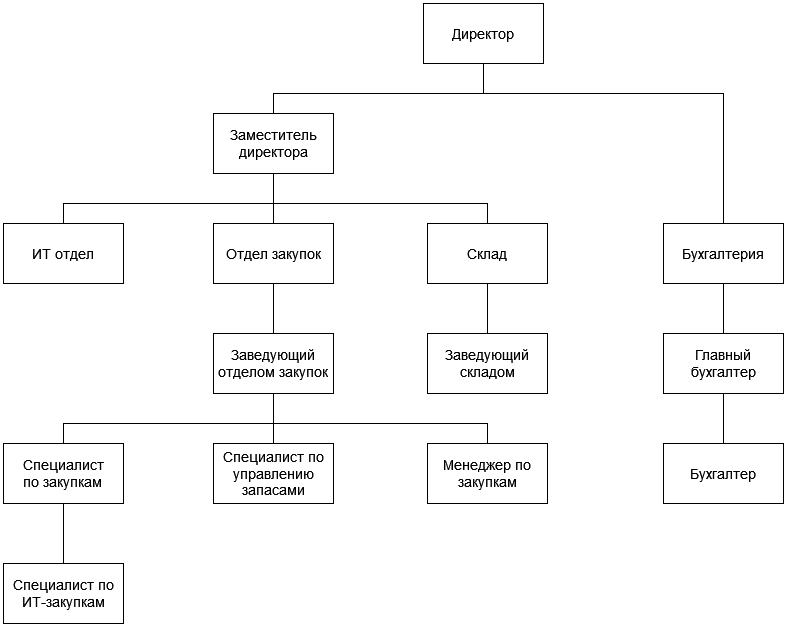
Earlier version of the draw.io export Documentation/Drawio/Организационная_схема_отдела_закупок.drawio.png (Houndrace/Computer_equipment_procurement_department_course_work). Source tidied: cells renumbered, new cells last; positions are measured from the earlier drawing's top-left corner, leaving out a move shared by most shapes. Its diagram source:
```xml
<mxGraphModel>
  <root>
    <mxCell id="0" />
    <mxCell id="1" parent="0" />
    <mxCell id="2" style="edgeStyle=orthogonalEdgeStyle;rounded=0;jettySize=auto;html=1;fontSize=14;endArrow=none;endFill=0;" parent="1" edge="1" source="4" target="11">
      <mxGeometry relative="1" as="geometry">
        <Array as="points">
          <mxPoint x="480" y="90" />
          <mxPoint x="270" y="90" />
        </Array>
      </mxGeometry>
    </mxCell>
    <mxCell id="3" style="edgeStyle=orthogonalEdgeStyle;rounded=0;jettySize=auto;html=1;fontSize=14;endArrow=none;endFill=0;" parent="1" edge="1" source="4" target="7">
      <mxGeometry relative="1" as="geometry">
        <Array as="points">
          <mxPoint x="480" y="90" />
          <mxPoint x="720" y="90" />
        </Array>
      </mxGeometry>
    </mxCell>
    <mxCell id="4" value="Директор" style="rounded=0;whiteSpace=wrap;html=1;fontSize=14;" parent="1" vertex="1">
      <mxGeometry x="420" width="120" height="60" as="geometry" />
    </mxCell>
    <mxCell id="5" value="ИТ отдел" style="rounded=0;whiteSpace=wrap;html=1;fontSize=14;" parent="1" vertex="1">
      <mxGeometry y="220" width="120" height="60" as="geometry" />
    </mxCell>
    <mxCell id="6" style="edgeStyle=orthogonalEdgeStyle;rounded=0;jettySize=auto;html=1;fontSize=14;endArrow=none;endFill=0;" parent="1" edge="1" source="7" target="16">
      <mxGeometry relative="1" as="geometry" />
    </mxCell>
    <mxCell id="7" value="Бухгалтерия" style="rounded=0;whiteSpace=wrap;html=1;fontSize=14;" parent="1" vertex="1">
      <mxGeometry x="660" y="220" width="120" height="60" as="geometry" />
    </mxCell>
    <mxCell id="8" style="edgeStyle=orthogonalEdgeStyle;rounded=0;jettySize=auto;html=1;fontSize=14;endArrow=none;endFill=0;" parent="1" edge="1" source="11" target="13">
      <mxGeometry relative="1" as="geometry">
        <Array as="points">
          <mxPoint x="270" y="200" />
          <mxPoint x="484" y="200" />
        </Array>
      </mxGeometry>
    </mxCell>
    <mxCell id="9" style="edgeStyle=orthogonalEdgeStyle;rounded=0;jettySize=auto;html=1;fontSize=14;endArrow=none;endFill=0;" parent="1" edge="1" source="11" target="5">
      <mxGeometry relative="1" as="geometry">
        <Array as="points">
          <mxPoint x="370" y="200" />
          <mxPoint x="190" y="200" />
        </Array>
      </mxGeometry>
    </mxCell>
    <mxCell id="10" style="edgeStyle=orthogonalEdgeStyle;rounded=0;jettySize=auto;html=1;fontSize=14;endArrow=none;endFill=0;" parent="1" edge="1" source="11" target="19">
      <mxGeometry relative="1" as="geometry">
        <Array as="points">
          <mxPoint x="270" y="180" />
          <mxPoint x="270" y="180" />
        </Array>
      </mxGeometry>
    </mxCell>
    <mxCell id="11" value="Заместитель директора" style="rounded=0;whiteSpace=wrap;html=1;fontSize=14;" parent="1" vertex="1">
      <mxGeometry x="210" y="110" width="120" height="60" as="geometry" />
    </mxCell>
    <mxCell id="12" style="edgeStyle=orthogonalEdgeStyle;rounded=0;jettySize=auto;html=1;fontSize=14;endArrow=none;endFill=0;" parent="1" edge="1" source="13" target="14">
      <mxGeometry relative="1" as="geometry" />
    </mxCell>
    <mxCell id="13" value="Склад" style="rounded=0;whiteSpace=wrap;html=1;fontSize=14;" parent="1" vertex="1">
      <mxGeometry x="424" y="220" width="120" height="60" as="geometry" />
    </mxCell>
    <mxCell id="14" value="Заведующий складом" style="rounded=0;whiteSpace=wrap;html=1;fontSize=14;" parent="1" vertex="1">
      <mxGeometry x="424" y="330" width="120" height="60" as="geometry" />
    </mxCell>
    <mxCell id="15" style="edgeStyle=orthogonalEdgeStyle;rounded=0;jettySize=auto;html=1;fontSize=14;endArrow=none;endFill=0;" parent="1" edge="1" source="16" target="17">
      <mxGeometry relative="1" as="geometry" />
    </mxCell>
    <mxCell id="16" value="Главный бухгалтер" style="rounded=0;whiteSpace=wrap;html=1;fontSize=14;" parent="1" vertex="1">
      <mxGeometry x="660" y="330" width="120" height="60" as="geometry" />
    </mxCell>
    <mxCell id="17" value="Бухгалтер" style="rounded=0;whiteSpace=wrap;html=1;fontSize=14;" parent="1" vertex="1">
      <mxGeometry x="660" y="440" width="120" height="60" as="geometry" />
    </mxCell>
    <mxCell id="18" style="edgeStyle=orthogonalEdgeStyle;rounded=0;jettySize=auto;html=1;fontSize=14;endArrow=none;endFill=0;" parent="1" edge="1" source="19">
      <mxGeometry relative="1" as="geometry">
        <mxPoint x="290" y="350" as="targetPoint" />
        <Array as="points">
          <mxPoint x="270" y="360" />
          <mxPoint x="290" y="360" />
        </Array>
      </mxGeometry>
    </mxCell>
    <mxCell id="19" value="Отдел закупок" style="rounded=0;whiteSpace=wrap;html=1;fontSize=14;" parent="1" vertex="1">
      <mxGeometry x="210" y="220" width="120" height="60" as="geometry" />
    </mxCell>
    <mxCell id="20" value="Менеджер по закупкам" style="rounded=0;whiteSpace=wrap;html=1;fontSize=14;" parent="1" vertex="1">
      <mxGeometry x="424" y="440" width="120" height="60" as="geometry" />
    </mxCell>
    <mxCell id="21" style="edgeStyle=orthogonalEdgeStyle;rounded=0;jettySize=auto;html=1;fontSize=14;endArrow=none;endFill=0;" parent="1" edge="1" source="19" target="25">
      <mxGeometry relative="1" as="geometry" />
    </mxCell>
    <mxCell id="22" style="edgeStyle=orthogonalEdgeStyle;rounded=0;jettySize=auto;html=1;fontSize=14;endArrow=none;endFill=0;" parent="1" edge="1" source="25" target="20">
      <mxGeometry relative="1" as="geometry">
        <Array as="points">
          <mxPoint x="270" y="420" />
          <mxPoint x="484" y="420" />
        </Array>
      </mxGeometry>
    </mxCell>
    <mxCell id="23" style="edgeStyle=orthogonalEdgeStyle;rounded=0;jettySize=auto;html=1;fontSize=14;endArrow=none;endFill=0;" parent="1" edge="1" source="25" target="27">
      <mxGeometry relative="1" as="geometry">
        <Array as="points">
          <mxPoint x="270" y="420" />
          <mxPoint x="60" y="420" />
        </Array>
      </mxGeometry>
    </mxCell>
    <mxCell id="24" style="edgeStyle=orthogonalEdgeStyle;rounded=0;jettySize=auto;html=1;fontSize=14;endArrow=none;endFill=0;" parent="1" edge="1" source="25" target="29">
      <mxGeometry relative="1" as="geometry" />
    </mxCell>
    <mxCell id="25" value="Заведующий отделом закупок" style="rounded=0;whiteSpace=wrap;html=1;fontSize=14;" parent="1" vertex="1">
      <mxGeometry x="210" y="330" width="120" height="60" as="geometry" />
    </mxCell>
    <mxCell id="26" style="edgeStyle=orthogonalEdgeStyle;rounded=0;jettySize=auto;html=1;fontSize=14;endArrow=none;endFill=0;" parent="1" edge="1" source="27" target="28">
      <mxGeometry relative="1" as="geometry" />
    </mxCell>
    <mxCell id="27" value="&lt;div&gt;Специалист&lt;/div&gt;&lt;div&gt;по закупкам&lt;br&gt;&lt;/div&gt;" style="rounded=0;whiteSpace=wrap;html=1;fontSize=14;" parent="1" vertex="1">
      <mxGeometry y="440" width="120" height="60" as="geometry" />
    </mxCell>
    <mxCell id="28" value="Специалист по ИТ-закупкам " style="rounded=0;whiteSpace=wrap;html=1;fontSize=14;" parent="1" vertex="1">
      <mxGeometry y="560" width="120" height="60" as="geometry" />
    </mxCell>
    <mxCell id="29" value="Специалист по управлению запасами " style="rounded=0;whiteSpace=wrap;html=1;fontSize=14;" parent="1" vertex="1">
      <mxGeometry x="210" y="440" width="120" height="60" as="geometry" />
    </mxCell>
  </root>
</mxGraphModel>
```
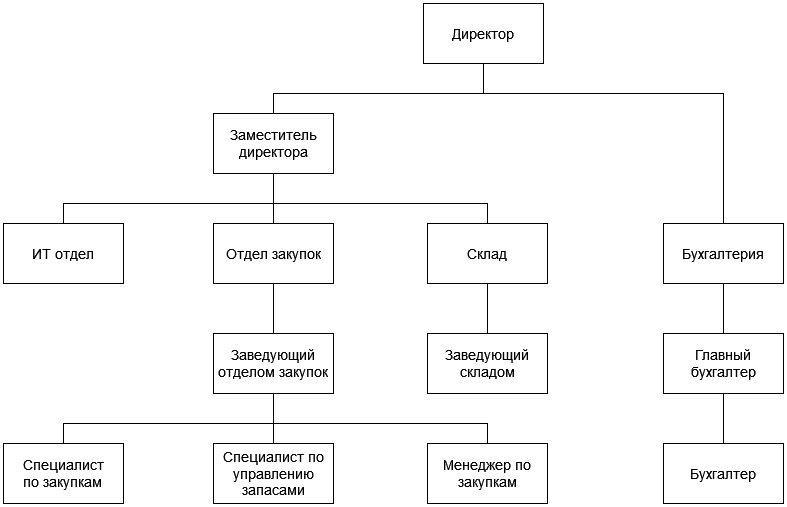
The same file after the commit.

What changed in the source:
```diff
@@ -115,15 +115,9 @@
     <mxCell id="25" value="Заведующий отделом закупок" style="rounded=0;whiteSpace=wrap;html=1;fontSize=14;" parent="1" vertex="1">
       <mxGeometry x="210" y="330" width="120" height="60" as="geometry" />
     </mxCell>
-    <mxCell id="26" style="edgeStyle=orthogonalEdgeStyle;rounded=0;jettySize=auto;html=1;fontSize=14;endArrow=none;endFill=0;" parent="1" edge="1" source="27" target="28">
-      <mxGeometry relative="1" as="geometry" />
-    </mxCell>
     <mxCell id="27" value="&lt;div&gt;Специалист&lt;/div&gt;&lt;div&gt;по закупкам&lt;br&gt;&lt;/div&gt;" style="rounded=0;whiteSpace=wrap;html=1;fontSize=14;" parent="1" vertex="1">
       <mxGeometry y="440" width="120" height="60" as="geometry" />
     </mxCell>
-    <mxCell id="28" value="Специалист по ИТ-закупкам " style="rounded=0;whiteSpace=wrap;html=1;fontSize=14;" parent="1" vertex="1">
-      <mxGeometry y="560" width="120" height="60" as="geometry" />
-    </mxCell>
     <mxCell id="29" value="Специалист по управлению запасами " style="rounded=0;whiteSpace=wrap;html=1;fontSize=14;" parent="1" vertex="1">
       <mxGeometry x="210" y="440" width="120" height="60" as="geometry" />
     </mxCell>
```
